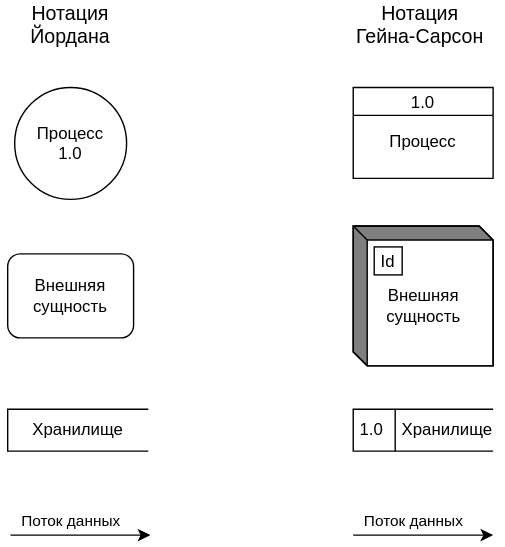
Ol333/hate-arising-labs keeps this draw.io diagram as img/dfd.svg. Above is the earlier version. Source tidied: cells renumbered, new cells last; positions are measured from the earlier drawing's top-left corner, leaving out a move shared by most shapes.
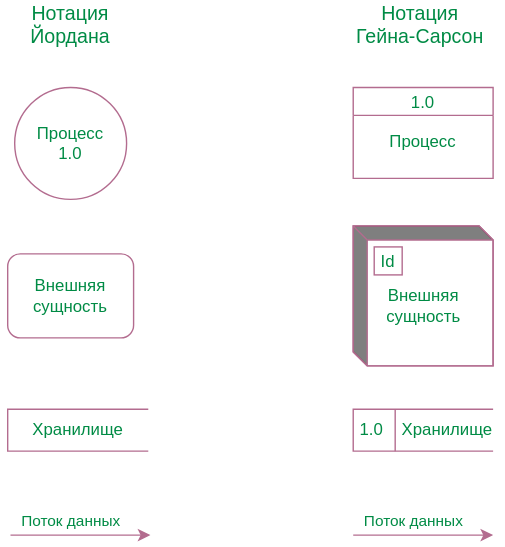
The same file after the commit.

Change to the diagram source:
```diff
@@ -2,45 +2,45 @@
   <root>
     <mxCell id="0" />
     <mxCell id="1" parent="0" />
-    <mxCell id="2" value="Процесс&lt;br&gt;1.0" style="ellipse;whiteSpace=wrap;html=1;" parent="1" vertex="1">
+    <mxCell id="2" value="Процесс&lt;br&gt;1.0" style="ellipse;whiteSpace=wrap;html=1;labelBackgroundColor=none;fillColor=none;strokeColor=#B36C8F;fontColor=#008B45;" parent="1" vertex="1">
       <mxGeometry x="5" y="60" width="80" height="80" as="geometry" />
     </mxCell>
-    <mxCell id="3" value="Нотация Йордана" style="text;html=1;strokeColor=none;fillColor=none;align=center;verticalAlign=middle;whiteSpace=wrap;rounded=0;fontSize=14;" parent="1" vertex="1">
+    <mxCell id="3" value="Нотация Йордана" style="text;html=1;strokeColor=none;fillColor=none;align=center;verticalAlign=middle;whiteSpace=wrap;rounded=0;fontSize=14;fontColor=#008B45;" parent="1" vertex="1">
       <mxGeometry x="15" width="60" height="30" as="geometry" />
     </mxCell>
-    <mxCell id="4" value="Нотация &lt;br style=&quot;font-size: 14px;&quot;&gt;Гейна-Сарсон" style="text;html=1;strokeColor=none;fillColor=none;align=center;verticalAlign=middle;whiteSpace=wrap;rounded=0;fontSize=14;" parent="1" vertex="1">
+    <mxCell id="4" value="Нотация &lt;br style=&quot;font-size: 14px;&quot;&gt;Гейна-Сарсон" style="text;html=1;strokeColor=none;fillColor=none;align=center;verticalAlign=middle;whiteSpace=wrap;rounded=0;fontSize=14;fontColor=#008B45;" parent="1" vertex="1">
       <mxGeometry x="235" width="120" height="30" as="geometry" />
     </mxCell>
-    <mxCell id="5" value="Внешняя сущность" style="rounded=1;whiteSpace=wrap;html=1;" parent="1" vertex="1">
+    <mxCell id="5" value="Внешняя сущность" style="rounded=1;whiteSpace=wrap;html=1;labelBackgroundColor=none;fillColor=none;strokeColor=#B36C8F;fontColor=#008B45;" parent="1" vertex="1">
       <mxGeometry y="179" width="90" height="60" as="geometry" />
     </mxCell>
-    <mxCell id="6" value="Поток данных" style="endArrow=classic;html=1;rounded=0;" parent="1" edge="1">
+    <mxCell id="6" value="Поток данных" style="endArrow=classic;html=1;rounded=0;labelBackgroundColor=none;strokeColor=#B36C8F;fontColor=#008B45;" parent="1" edge="1">
       <mxGeometry x="-0.14" y="10" relative="1" as="geometry">
         <mxPoint x="2" y="380" as="sourcePoint" />
         <mxPoint x="102" y="380" as="targetPoint" />
       </mxGeometry>
     </mxCell>
-    <mxCell id="7" value="Поток данных" style="endArrow=classic;html=1;rounded=0;" parent="1" edge="1">
+    <mxCell id="7" value="Поток данных" style="endArrow=classic;html=1;rounded=0;labelBackgroundColor=none;strokeColor=#B36C8F;fontColor=#008B45;" parent="1" edge="1">
       <mxGeometry x="-0.14" y="10" relative="1" as="geometry">
         <mxPoint x="247" y="380" as="sourcePoint" />
         <mxPoint x="347" y="380" as="targetPoint" />
       </mxGeometry>
     </mxCell>
-    <mxCell id="8" value="1.0&amp;nbsp; &amp;nbsp; Хранилище" style="html=1;dashed=0;whitespace=wrap;shape=mxgraph.dfd.dataStoreID;align=left;spacingLeft=3;" parent="1" vertex="1">
+    <mxCell id="8" value="1.0&amp;nbsp; &amp;nbsp; Хранилище" style="html=1;dashed=0;whitespace=wrap;shape=mxgraph.dfd.dataStoreID;align=left;spacingLeft=3;labelBackgroundColor=none;fillColor=none;strokeColor=#B36C8F;fontColor=#008B45;" parent="1" vertex="1">
       <mxGeometry x="247" y="290" width="100" height="30" as="geometry" />
     </mxCell>
-    <mxCell id="9" value="Хранилище" style="html=1;dashed=0;whitespace=wrap;shape=partialRectangle;right=0;" parent="1" vertex="1">
+    <mxCell id="9" value="Хранилище" style="html=1;dashed=0;whitespace=wrap;shape=partialRectangle;right=0;labelBackgroundColor=none;fillColor=none;strokeColor=#B36C8F;fontColor=#008B45;" parent="1" vertex="1">
       <mxGeometry y="290" width="100" height="30" as="geometry" />
     </mxCell>
-    <mxCell id="10" value="&lt;span style=&quot;&quot;&gt;&lt;br&gt;Внешняя &lt;br&gt;сущность&lt;/span&gt;" style="html=1;dashed=0;whitespace=wrap;shape=mxgraph.dfd.externalEntity;" parent="1" vertex="1">
+    <mxCell id="10" value="&lt;span style=&quot;&quot;&gt;&lt;br&gt;Внешняя &lt;br&gt;сущность&lt;/span&gt;" style="html=1;dashed=0;whitespace=wrap;shape=mxgraph.dfd.externalEntity;labelBackgroundColor=none;fillColor=none;strokeColor=#B36C8F;fontColor=#008B45;" parent="1" vertex="1">
       <mxGeometry x="247" y="159" width="100" height="100" as="geometry" />
     </mxCell>
-    <mxCell id="11" value="Id" style="strokeColor=inherit;fillColor=inherit;gradientColor=inherit;" parent="10" vertex="1">
+    <mxCell id="11" value="Id" style="strokeColor=inherit;fillColor=inherit;gradientColor=inherit;fontColor=#008B45;" parent="10" vertex="1">
       <mxGeometry width="20" height="20" relative="1" as="geometry">
         <mxPoint x="15" y="15" as="offset" />
       </mxGeometry>
     </mxCell>
-    <mxCell id="12" value="&#10;&#10;1.0&#10;&#10;Процесс" style="swimlane;fontStyle=0;horizontal=1;startSize=20;fillColor=#ffffff;swimlaneFillColor=#ffffff;" parent="1" vertex="1">
+    <mxCell id="12" value="&#10;&#10;1.0&#10;&#10;Процесс" style="swimlane;fontStyle=0;horizontal=1;startSize=20;fillColor=none;swimlaneFillColor=none;labelBackgroundColor=none;strokeColor=#B36C8F;fontColor=#008B45;" parent="1" vertex="1">
       <mxGeometry x="247" y="60" width="100" height="65" as="geometry" />
     </mxCell>
   </root>
```
